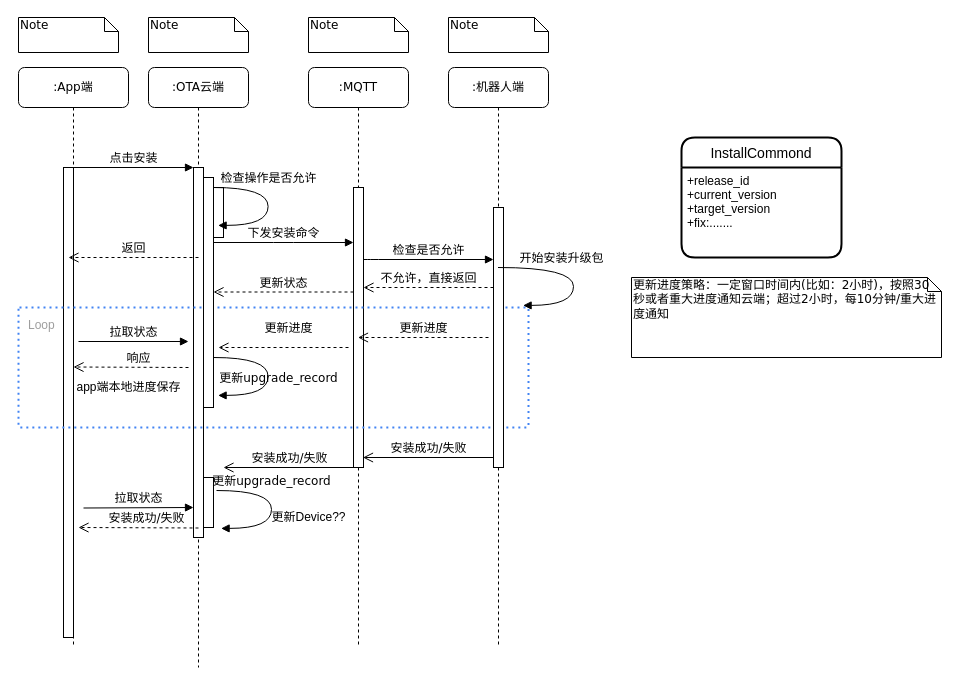
Earlier version of the draw.io diagram craft/upgrade_flow.drawio (feihu618/drawio). Source tidied: cells renumbered, new cells numbered last; positions are measured from the earlier drawing's top-left corner, leaving out a move shared by most shapes. Both pictures are drawn from the tidied source at 100%, with x=0, y=0 at pixel (18, 17).
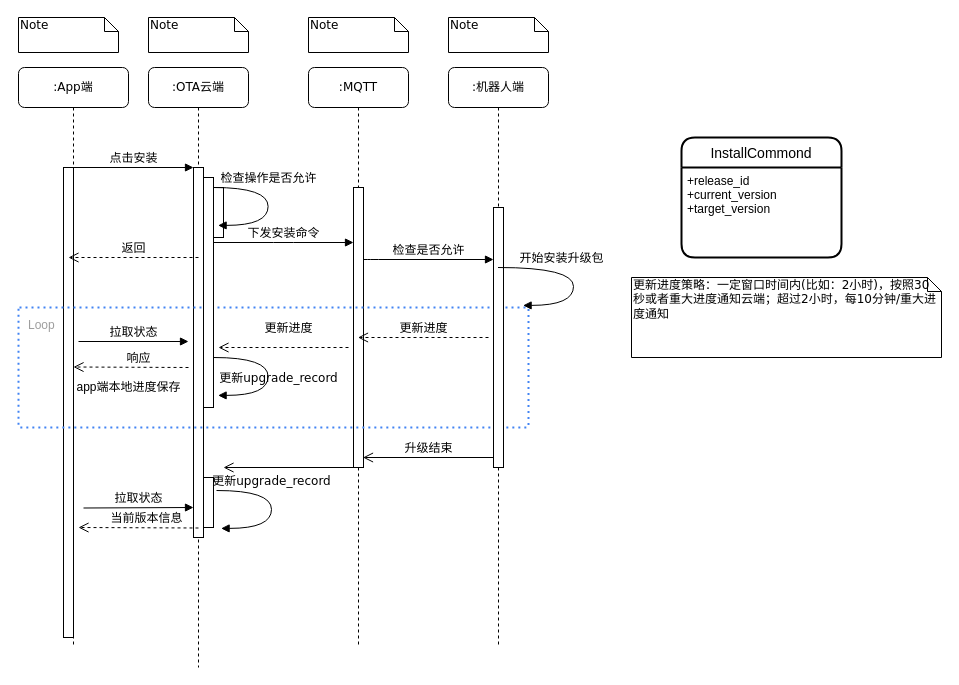
After the change.

The change refers to these unchanged cells:
```xml
<mxCell id="2" value=":OTA云端" style="shape=umlLifeline;perimeter=lifelinePerimeter;whiteSpace=wrap;html=1;rounded=1;shadow=0;comic=0;labelBackgroundColor=none;strokeWidth=1;fontFamily=Verdana;fontSize=12;align=center;" parent="1" vertex="1">
  <mxGeometry x="130" y="50" width="100" height="600" as="geometry" />
</mxCell>
<mxCell id="25" style="html=1;points=[];perimeter=orthogonalPerimeter;rounded=0;shadow=0;comic=0;labelBackgroundColor=none;strokeWidth=1;fontFamily=Verdana;fontSize=12;align=center;" parent="1" vertex="1">
  <mxGeometry x="185" y="160" width="10" height="230" as="geometry" />
</mxCell>
<mxCell id="36" value="InstallCommond" style="swimlane;horizontal=1;startSize=30;rounded=1;fontSize=14;fontStyle=0;strokeWidth=2;shadow=0;dashed=0;align=center;" parent="1" vertex="1">
  <mxGeometry x="663" y="120" width="160" height="120" as="geometry" />
</mxCell>
```

What changed in the source:
```diff
@@
-    <mxCell id="8" value="安装成功/失败" style="html=1;verticalAlign=bottom;endArrow=open;endSize=8;labelBackgroundColor=none;fontFamily=Verdana;fontSize=12;" parent="2" edge="1">
+    <mxCell id="8" style="html=1;verticalAlign=bottom;endArrow=open;endSize=8;labelBackgroundColor=none;fontFamily=Verdana;fontSize=12;" parent="2" edge="1">
       <mxGeometry relative="1" as="geometry">
         <mxPoint x="205.5" y="400" as="sourcePoint" />
         <mxPoint x="75" y="400" as="targetPoint" />
       </mxGeometry>
     </mxCell>
@@
-    <mxCell id="33" value="安装成功/失败" style="html=1;verticalAlign=bottom;endArrow=open;endSize=8;labelBackgroundColor=none;fontFamily=Verdana;fontSize=12;" parent="1" edge="1">
+    <mxCell id="33" value="升级结束" style="html=1;verticalAlign=bottom;endArrow=open;endSize=8;labelBackgroundColor=none;fontFamily=Verdana;fontSize=12;" parent="1" edge="1">
       <mxGeometry relative="1" as="geometry">
         <mxPoint x="475" y="440" as="sourcePoint" />
         <mxPoint x="344.5" y="440" as="targetPoint" />
       </mxGeometry>
     </mxCell>
-    <mxCell id="34" value="安装成功/失败" style="html=1;verticalAlign=bottom;endArrow=open;dashed=1;endSize=8;labelBackgroundColor=none;fontFamily=Verdana;fontSize=12;" parent="1" edge="1">
+    <mxCell id="34" value="当前版本信息" style="html=1;verticalAlign=bottom;endArrow=open;dashed=1;endSize=8;labelBackgroundColor=none;fontFamily=Verdana;fontSize=12;" parent="1" edge="1">
       <mxGeometry x="-0.13" relative="1" as="geometry">
         <mxPoint x="180" y="510.5" as="sourcePoint" />
         <mxPoint x="60" y="510" as="targetPoint" />
       </mxGeometry>
     </mxCell>
@@
-    <mxCell id="37" value="+release_id&#10;+current_version&#10;+target_version&#10;+fix:......." style="align=left;strokeColor=none;fillColor=none;spacingLeft=4;fontSize=12;verticalAlign=top;" parent="36" vertex="1">
+    <mxCell id="37" value="+release_id&#10;+current_version&#10;+target_version" style="align=left;strokeColor=none;fillColor=none;spacingLeft=4;fontSize=12;verticalAlign=top;" parent="36" vertex="1">
       <mxGeometry y="30" width="160" height="90" as="geometry" />
     </mxCell>
-    <mxCell id="38" value="更新Device??" style="text;html=1;align=center;verticalAlign=middle;fillColor=none;strokeColor=none;rounded=0;" parent="1" vertex="1">
-      <mxGeometry x="245" y="490" width="90" height="20" as="geometry" />
-    </mxCell>
-    <mxCell id="39" value="不允许，直接返回" style="html=1;verticalAlign=bottom;endArrow=open;dashed=1;endSize=8;labelBackgroundColor=none;fontFamily=Verdana;fontSize=12;" parent="1" edge="1">
-      <mxGeometry relative="1" as="geometry">
-        <mxPoint x="475" y="270" as="sourcePoint" />
-        <mxPoint x="345" y="270" as="targetPoint" />
-      </mxGeometry>
-    </mxCell>
-    <mxCell id="40" value="更新状态" style="html=1;verticalAlign=bottom;endArrow=open;dashed=1;endSize=8;labelBackgroundColor=none;fontFamily=Verdana;fontSize=12;" parent="1" edge="1" target="25">
-      <mxGeometry relative="1" as="geometry">
-        <mxPoint x="335" y="274.5" as="sourcePoint" />
-      </mxGeometry>
-    </mxCell>
```
